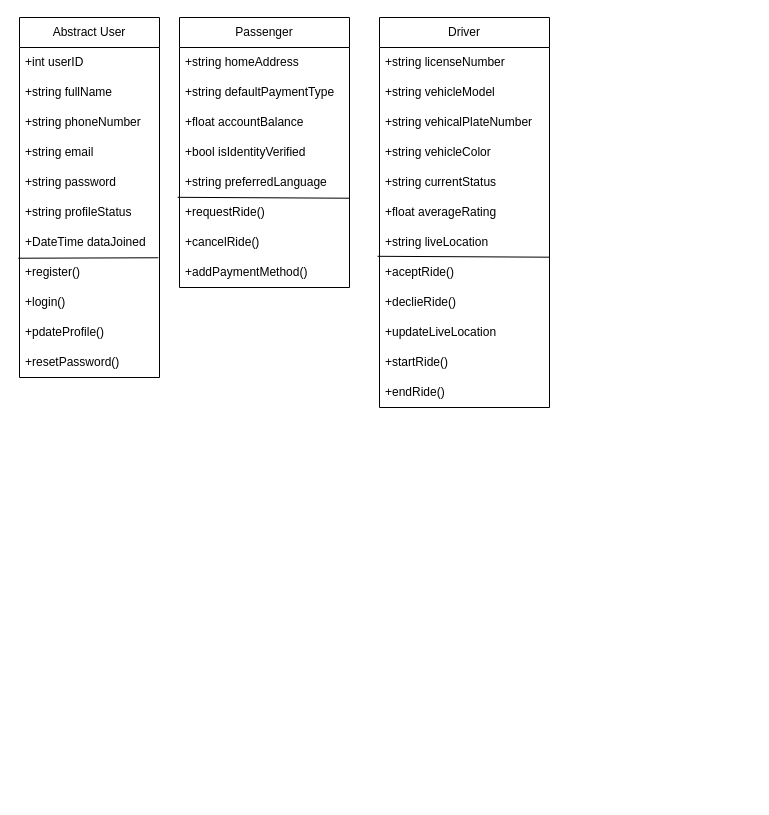
The draw.io diagram SEPP_CW2_Class_Diagram.drawio in Anuja-jayasinghe/DrawIo_Projects, before the edit. Source tidied: cells renumbered, new cells numbered last; positions are measured from the earlier drawing's top-left corner, leaving out a move shared by most shapes. Both pictures are drawn from the tidied source at 100%, with x=0, y=0 at pixel (19, 17).
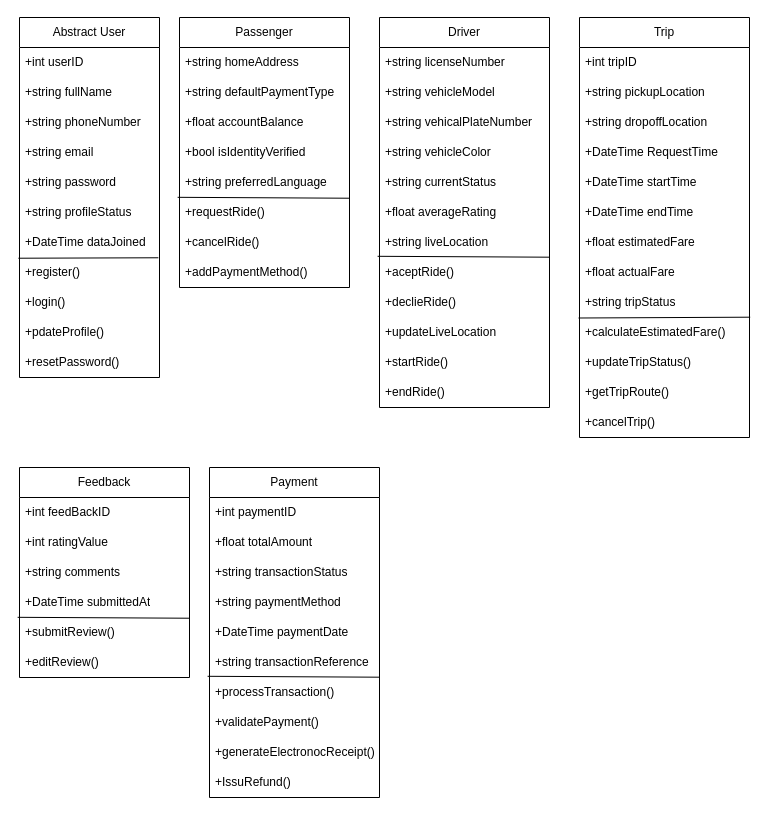
After the change.

Diff of the diagram source:
```diff
@@
+    <mxCell id="39" value="Trip" style="swimlane;fontStyle=0;horizontal=1;startSize=30;whiteSpace=wrap;html=1;" parent="1" vertex="1">
+      <mxGeometry x="560" width="170" height="420" as="geometry" />
+    </mxCell>
+    <mxCell id="40" value="+int tripID" style="text;strokeColor=none;fillColor=none;align=left;verticalAlign=middle;spacingLeft=4;spacingRight=4;overflow=hidden;whiteSpace=wrap;html=1;" parent="39" vertex="1">
+      <mxGeometry y="30" width="170" height="30" as="geometry" />
+    </mxCell>
+    <mxCell id="41" value="+string pickupLocation" style="text;strokeColor=none;fillColor=none;align=left;verticalAlign=middle;spacingLeft=4;spacingRight=4;overflow=hidden;whiteSpace=wrap;html=1;" parent="39" vertex="1">
+      <mxGeometry y="60" width="170" height="30" as="geometry" />
+    </mxCell>
+    <mxCell id="42" value="+string dropoffLocation" style="text;strokeColor=none;fillColor=none;align=left;verticalAlign=middle;spacingLeft=4;spacingRight=4;overflow=hidden;whiteSpace=wrap;html=1;" parent="39" vertex="1">
+      <mxGeometry y="90" width="170" height="30" as="geometry" />
+    </mxCell>
+    <mxCell id="43" value="+DateTime RequestTime" style="text;strokeColor=none;fillColor=none;align=left;verticalAlign=middle;spacingLeft=4;spacingRight=4;overflow=hidden;whiteSpace=wrap;html=1;" parent="39" vertex="1">
+      <mxGeometry y="120" width="170" height="30" as="geometry" />
+    </mxCell>
+    <mxCell id="44" value="+DateTime startTime" style="text;strokeColor=none;fillColor=none;align=left;verticalAlign=middle;spacingLeft=4;spacingRight=4;overflow=hidden;whiteSpace=wrap;html=1;" parent="39" vertex="1">
+      <mxGeometry y="150" width="170" height="30" as="geometry" />
+    </mxCell>
+    <mxCell id="45" value="+DateTime endTime" style="text;strokeColor=none;fillColor=none;align=left;verticalAlign=middle;spacingLeft=4;spacingRight=4;overflow=hidden;whiteSpace=wrap;html=1;" parent="39" vertex="1">
+      <mxGeometry y="180" width="170" height="30" as="geometry" />
+    </mxCell>
+    <mxCell id="46" value="+float estimatedFare" style="text;strokeColor=none;fillColor=none;align=left;verticalAlign=middle;spacingLeft=4;spacingRight=4;overflow=hidden;whiteSpace=wrap;html=1;" parent="39" vertex="1">
+      <mxGeometry y="210" width="170" height="30" as="geometry" />
+    </mxCell>
+    <mxCell id="47" value="+float actualFare" style="text;strokeColor=none;fillColor=none;align=left;verticalAlign=middle;spacingLeft=4;spacingRight=4;overflow=hidden;whiteSpace=wrap;html=1;" parent="39" vertex="1">
+      <mxGeometry y="240" width="170" height="30" as="geometry" />
+    </mxCell>
+    <mxCell id="48" style="endArrow=none;html=1;rounded=0;exitX=-0.006;exitY=1.051;exitDx=0;exitDy=0;exitPerimeter=0;entryX=0.998;entryY=0.024;entryDx=0;entryDy=0;entryPerimeter=0;" parent="39" edge="1">
+      <mxGeometry relative="1" as="geometry">
+        <mxPoint x="-1" y="300.5" as="sourcePoint" />
+        <mxPoint x="170.7" y="299.7" as="targetPoint" />
+      </mxGeometry>
+    </mxCell>
+    <mxCell id="49" value="+string tripStatus" style="text;strokeColor=none;fillColor=none;align=left;verticalAlign=middle;spacingLeft=4;spacingRight=4;overflow=hidden;whiteSpace=wrap;html=1;" parent="39" vertex="1">
+      <mxGeometry y="270" width="170" height="30" as="geometry" />
+    </mxCell>
+    <mxCell id="50" value="+calculateEstimatedFare()" style="text;strokeColor=none;fillColor=none;align=left;verticalAlign=middle;spacingLeft=4;spacingRight=4;overflow=hidden;whiteSpace=wrap;html=1;" parent="39" vertex="1">
+      <mxGeometry y="300" width="170" height="30" as="geometry" />
+    </mxCell>
+    <mxCell id="51" value="+updateTripStatus()" style="text;strokeColor=none;fillColor=none;align=left;verticalAlign=middle;spacingLeft=4;spacingRight=4;overflow=hidden;whiteSpace=wrap;html=1;" parent="39" vertex="1">
+      <mxGeometry y="330" width="170" height="30" as="geometry" />
+    </mxCell>
+    <mxCell id="52" value="+getTripRoute()" style="text;strokeColor=none;fillColor=none;align=left;verticalAlign=middle;spacingLeft=4;spacingRight=4;overflow=hidden;whiteSpace=wrap;html=1;" parent="39" vertex="1">
+      <mxGeometry y="360" width="170" height="30" as="geometry" />
+    </mxCell>
+    <mxCell id="53" value="+cancelTrip()" style="text;strokeColor=none;fillColor=none;align=left;verticalAlign=middle;spacingLeft=4;spacingRight=4;overflow=hidden;whiteSpace=wrap;html=1;" parent="39" vertex="1">
+      <mxGeometry y="390" width="170" height="30" as="geometry" />
+    </mxCell>
+    <mxCell id="54" value="Feedback" style="swimlane;fontStyle=0;horizontal=1;startSize=30;whiteSpace=wrap;html=1;" parent="1" vertex="1">
+      <mxGeometry y="450" width="170" height="210" as="geometry" />
+    </mxCell>
+    <mxCell id="55" value="+int feedBackID" style="text;strokeColor=none;fillColor=none;align=left;verticalAlign=middle;spacingLeft=4;spacingRight=4;overflow=hidden;whiteSpace=wrap;html=1;" parent="54" vertex="1">
+      <mxGeometry y="30" width="170" height="30" as="geometry" />
+    </mxCell>
+    <mxCell id="56" value="+int ratingValue" style="text;strokeColor=none;fillColor=none;align=left;verticalAlign=middle;spacingLeft=4;spacingRight=4;overflow=hidden;whiteSpace=wrap;html=1;" parent="54" vertex="1">
+      <mxGeometry y="60" width="170" height="30" as="geometry" />
+    </mxCell>
+    <mxCell id="57" value="+string comments" style="text;strokeColor=none;fillColor=none;align=left;verticalAlign=middle;spacingLeft=4;spacingRight=4;overflow=hidden;whiteSpace=wrap;html=1;" parent="54" vertex="1">
+      <mxGeometry y="90" width="170" height="30" as="geometry" />
+    </mxCell>
+    <mxCell id="58" value="+DateTime submittedAt" style="text;strokeColor=none;fillColor=none;align=left;verticalAlign=middle;spacingLeft=4;spacingRight=4;overflow=hidden;whiteSpace=wrap;html=1;" parent="54" vertex="1">
+      <mxGeometry y="120" width="170" height="30" as="geometry" />
+    </mxCell>
+    <mxCell id="59" value="+submitReview()" style="text;strokeColor=none;fillColor=none;align=left;verticalAlign=middle;spacingLeft=4;spacingRight=4;overflow=hidden;points=[[0,0.5],[1,0.5]];portConstraint=eastwest;whiteSpace=wrap;html=1;" parent="54" vertex="1">
+      <mxGeometry y="150" width="170" height="30" as="geometry" />
+    </mxCell>
+    <mxCell id="60" value="+editReview()" style="text;strokeColor=none;fillColor=none;align=left;verticalAlign=middle;spacingLeft=4;spacingRight=4;overflow=hidden;whiteSpace=wrap;html=1;" parent="54" vertex="1">
+      <mxGeometry y="180" width="170" height="30" as="geometry" />
+    </mxCell>
+    <mxCell id="61" style="endArrow=none;html=1;rounded=0;exitX=-0.011;exitY=-0.006;exitDx=0;exitDy=0;exitPerimeter=0;entryX=0.998;entryY=0.024;entryDx=0;entryDy=0;entryPerimeter=0;" parent="54" edge="1" source="59" target="59">
+      <mxGeometry relative="1" as="geometry" />
+    </mxCell>
+    <mxCell id="62" value="Payment" style="swimlane;fontStyle=0;horizontal=1;startSize=30;whiteSpace=wrap;html=1;" parent="1" vertex="1">
+      <mxGeometry x="190" y="450" width="170" height="330" as="geometry" />
+    </mxCell>
+    <mxCell id="63" value="+int paymentID" style="text;strokeColor=none;fillColor=none;align=left;verticalAlign=middle;spacingLeft=4;spacingRight=4;overflow=hidden;whiteSpace=wrap;html=1;" parent="62" vertex="1">
+      <mxGeometry y="30" width="170" height="30" as="geometry" />
+    </mxCell>
+    <mxCell id="64" value="+float totalAmount" style="text;strokeColor=none;fillColor=none;align=left;verticalAlign=middle;spacingLeft=4;spacingRight=4;overflow=hidden;whiteSpace=wrap;html=1;" parent="62" vertex="1">
+      <mxGeometry y="60" width="170" height="30" as="geometry" />
+    </mxCell>
+    <mxCell id="65" value="+string transactionStatus" style="text;strokeColor=none;fillColor=none;align=left;verticalAlign=middle;spacingLeft=4;spacingRight=4;overflow=hidden;whiteSpace=wrap;html=1;" parent="62" vertex="1">
+      <mxGeometry y="90" width="170" height="30" as="geometry" />
+    </mxCell>
+    <mxCell id="66" value="+string paymentMethod" style="text;strokeColor=none;fillColor=none;align=left;verticalAlign=middle;spacingLeft=4;spacingRight=4;overflow=hidden;whiteSpace=wrap;html=1;" parent="62" vertex="1">
+      <mxGeometry y="120" width="170" height="30" as="geometry" />
+    </mxCell>
+    <mxCell id="67" value="+DateTime paymentDate" style="text;strokeColor=none;fillColor=none;align=left;verticalAlign=middle;spacingLeft=4;spacingRight=4;overflow=hidden;whiteSpace=wrap;html=1;" parent="62" vertex="1">
+      <mxGeometry y="150" width="170" height="30" as="geometry" />
+    </mxCell>
+    <mxCell id="68" value="+string transactionReference" style="text;strokeColor=none;fillColor=none;align=left;verticalAlign=middle;spacingLeft=4;spacingRight=4;overflow=hidden;whiteSpace=wrap;html=1;" parent="62" vertex="1">
+      <mxGeometry y="180" width="170" height="30" as="geometry" />
+    </mxCell>
+    <mxCell id="69" style="endArrow=none;html=1;rounded=0;exitX=-0.011;exitY=-0.006;exitDx=0;exitDy=0;exitPerimeter=0;entryX=0.998;entryY=0.024;entryDx=0;entryDy=0;entryPerimeter=0;" parent="62" edge="1">
+      <mxGeometry relative="1" as="geometry">
+        <mxPoint x="-1.9" y="208.8" as="sourcePoint" />
+        <mxPoint x="169.7" y="209.7" as="targetPoint" />
+      </mxGeometry>
+    </mxCell>
+    <mxCell id="70" value="+processTransaction()" style="text;strokeColor=none;fillColor=none;align=left;verticalAlign=middle;spacingLeft=4;spacingRight=4;overflow=hidden;whiteSpace=wrap;html=1;" parent="62" vertex="1">
+      <mxGeometry y="210" width="170" height="30" as="geometry" />
+    </mxCell>
+    <mxCell id="71" value="+validatePayment()" style="text;strokeColor=none;fillColor=none;align=left;verticalAlign=middle;spacingLeft=4;spacingRight=4;overflow=hidden;whiteSpace=wrap;html=1;" parent="62" vertex="1">
+      <mxGeometry y="240" width="170" height="30" as="geometry" />
+    </mxCell>
+    <mxCell id="72" value="+generateElectronocReceipt()" style="text;strokeColor=none;fillColor=none;align=left;verticalAlign=middle;spacingLeft=4;spacingRight=4;overflow=hidden;whiteSpace=wrap;html=1;" parent="62" vertex="1">
+      <mxGeometry y="270" width="170" height="30" as="geometry" />
+    </mxCell>
+    <mxCell id="73" value="+IssuRefund()" style="text;strokeColor=none;fillColor=none;align=left;verticalAlign=middle;spacingLeft=4;spacingRight=4;overflow=hidden;whiteSpace=wrap;html=1;" parent="62" vertex="1">
+      <mxGeometry y="300" width="170" height="30" as="geometry" />
+    </mxCell>
```
